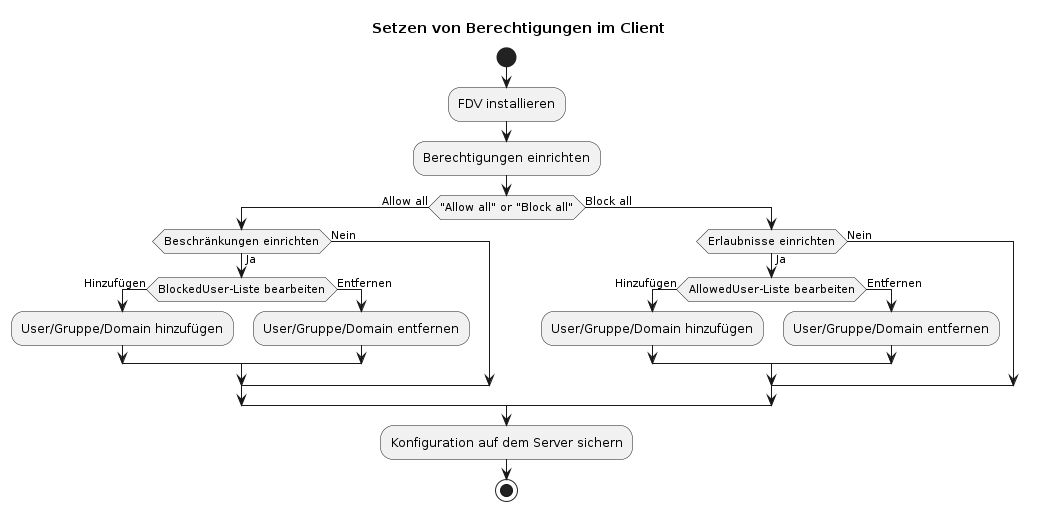
Before: images/diagrams/TI-Messenger-Client/Berechtigungen_setzen.png, a diagram exported from PlantUML (gematik/api-ti-messenger).
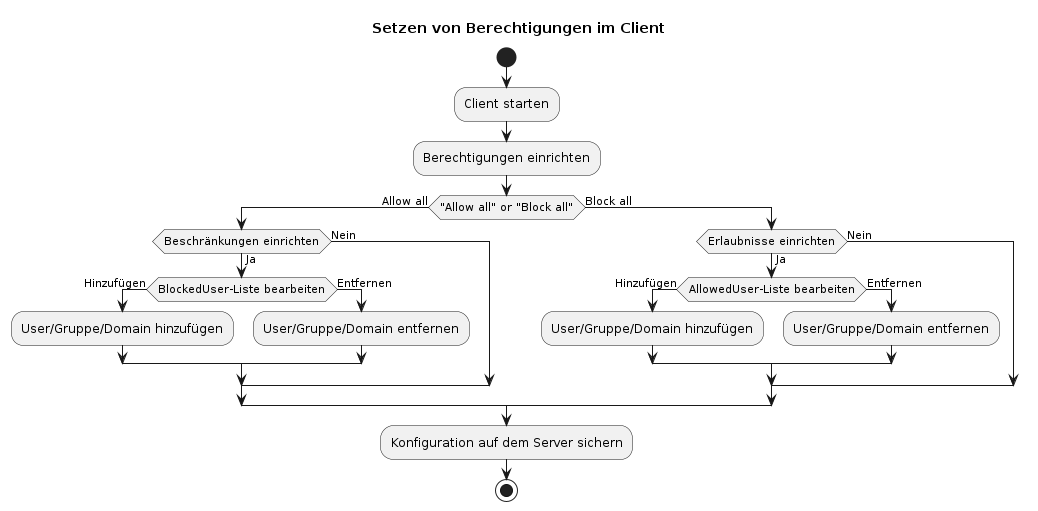
Above is the later version.

Change to the diagram source:
```diff
@@ -2,7 +2,7 @@
 title Setzen von Berechtigungen im Client
 skinparam ConditionEndStyle hline
 start
-:FDV installieren;
+:Client starten;
 :Berechtigungen einrichten;
 
 if ("Allow all" or "Block all") then (Allow all)
```
